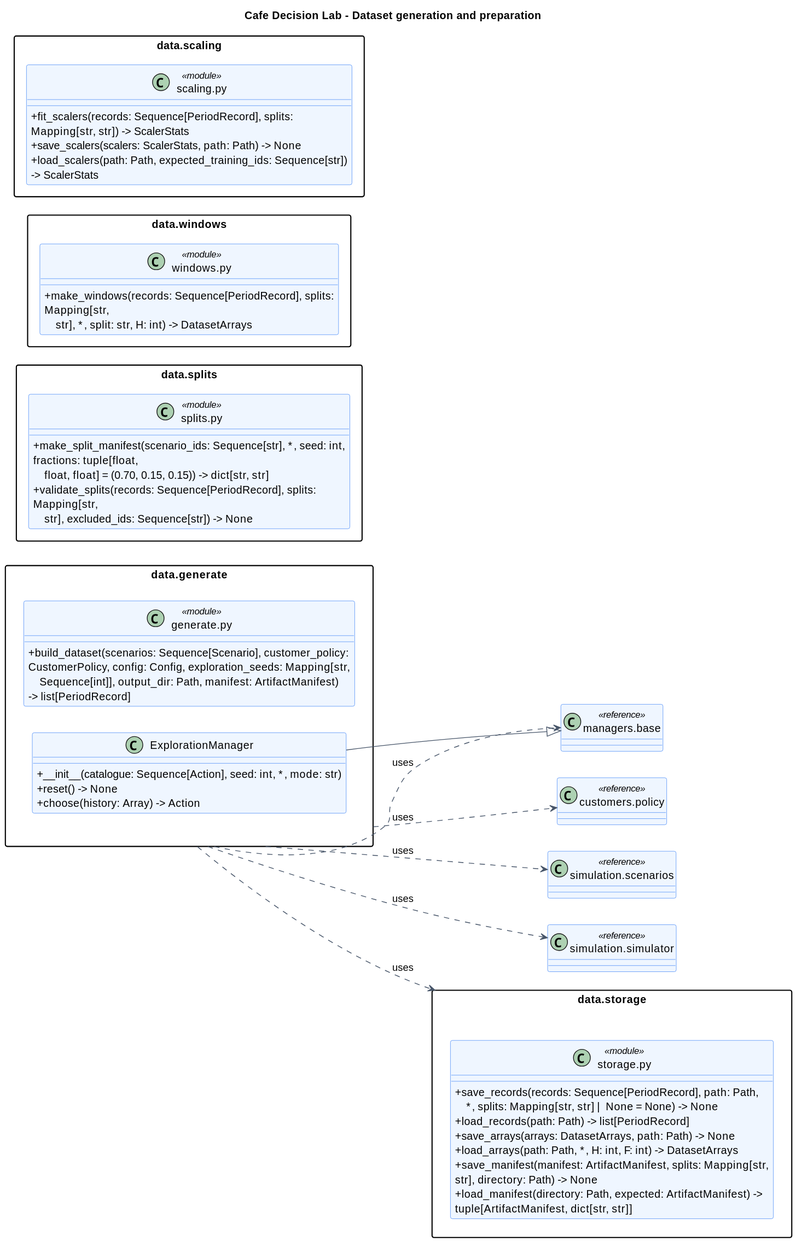
enzo-dosanjos/cafe-decision-lab keeps this PlantUML diagram as docs/architecture/diagrams/rendered/data_api.svg. Above is the earlier version.
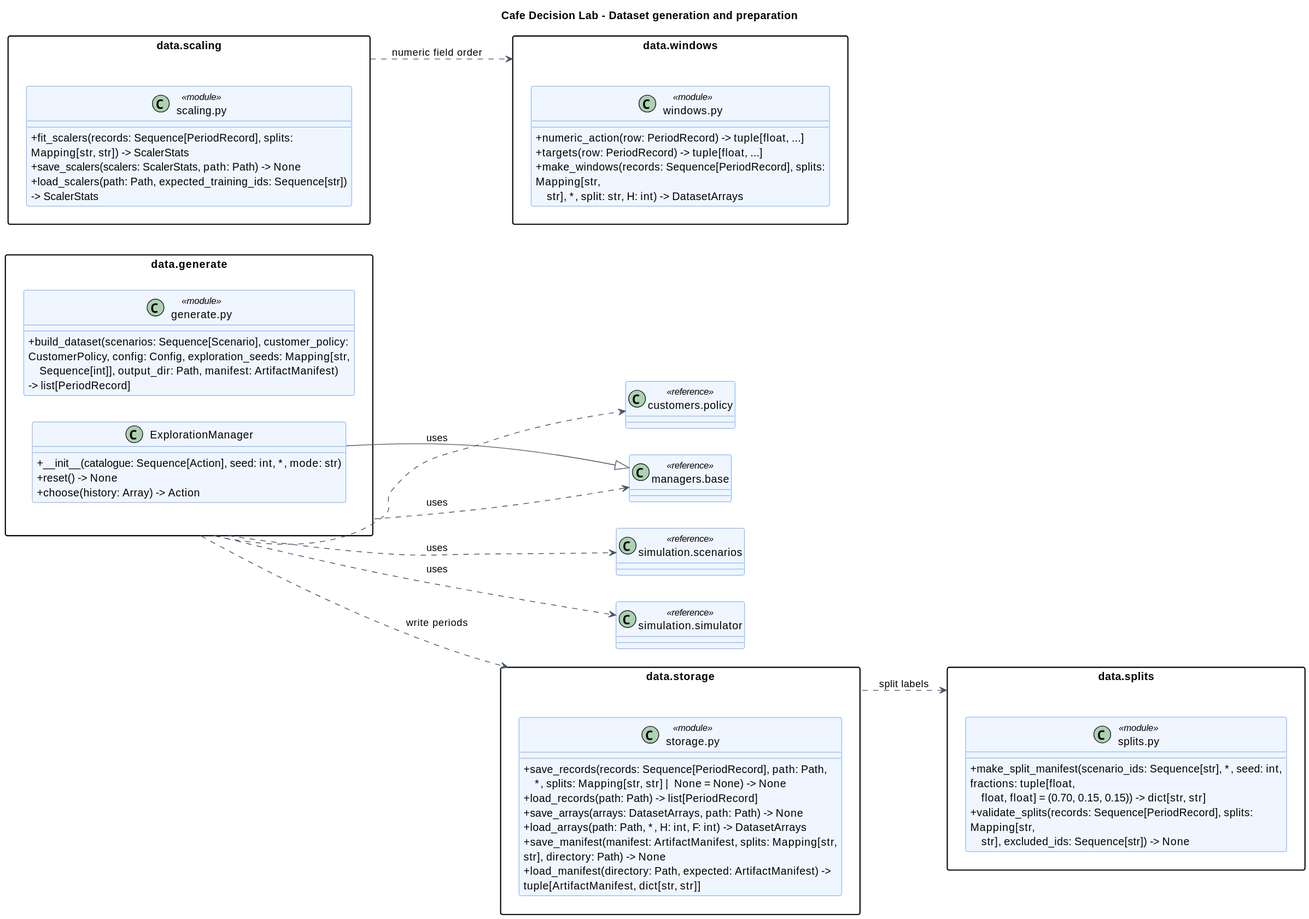
Above is the later version.

Change to the diagram source:
```diff
@@ -28,6 +28,8 @@
 }
 package "data.windows" as pkg_data_windows {
 class "windows.py" as data_windows_functions <<module>> {
+  + numeric_action(row: PeriodRecord) -> tuple[float, ...]
+  + targets(row: PeriodRecord) -> tuple[float, ...]
   + make_windows(records: Sequence[PeriodRecord], splits: Mapping[str,\n    str], *, split: str, H: int) -> DatasetArrays
 }
 }
@@ -56,6 +58,8 @@
 pkg_data_generate ..> ref_simulation_scenarios : uses
 pkg_data_generate ..> ref_managers_base : uses
 pkg_data_generate ..> ref_customers_policy : uses
-pkg_data_generate ..> pkg_data_storage : uses
+pkg_data_generate ..> pkg_data_storage : write periods
+pkg_data_scaling ..> pkg_data_windows : numeric field order
+pkg_data_storage ..> pkg_data_splits : split labels
 data_generate_ExplorationManager --|> ref_managers_base
 @enduml
```
